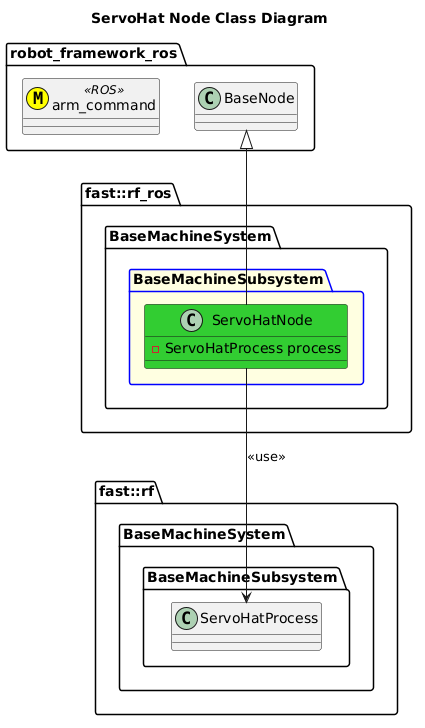
Earlier version of the PlantUML export Systems/BaseMachine/Subsystems/BaseMachine/Nodes/HatNodes/ServoHat/doc/puml/ServoHatNodeClassDiagram.png (fastrobotics/robot_framework_ros).
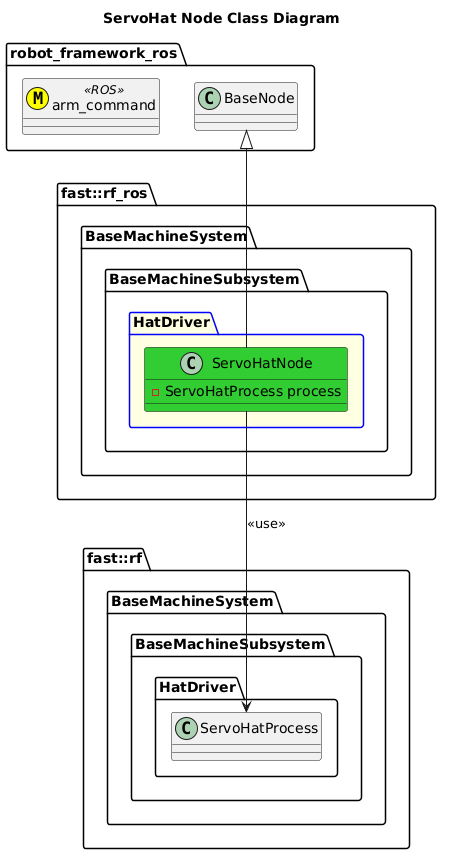
After the change.

The edit, as a diff of the source:
```diff
@@ -7,18 +7,22 @@
 namespace fast::rf {
     namespace BaseMachineSystem {
         namespace BaseMachineSubsystem {
-            class ServoHatProcess
+            namespace HatDriver {
+                class ServoHatProcess
+            }
         }
     }
 }
 namespace fast::rf_ros {
    namespace BaseMachineSystem {
-        package BaseMachineSubsystem #LightYellow;line:blue {
-            class ServoHatNode #LimeGreen {
-                -ServoHatProcess process
+        namespace BaseMachineSubsystem {
+            package HatDriver #LightYellow;line:blue {
+                class ServoHatNode #LimeGreen {
+                    -ServoHatProcess process
+                }
+                ServoHatNode --> ServoHatProcess: <<use>>
+                ServoHatNode -up-|> BaseNode
             }
-            ServoHatNode --> ServoHatProcess: <<use>>
-            ServoHatNode -up-|> BaseNode
         }
     }
 }
```
